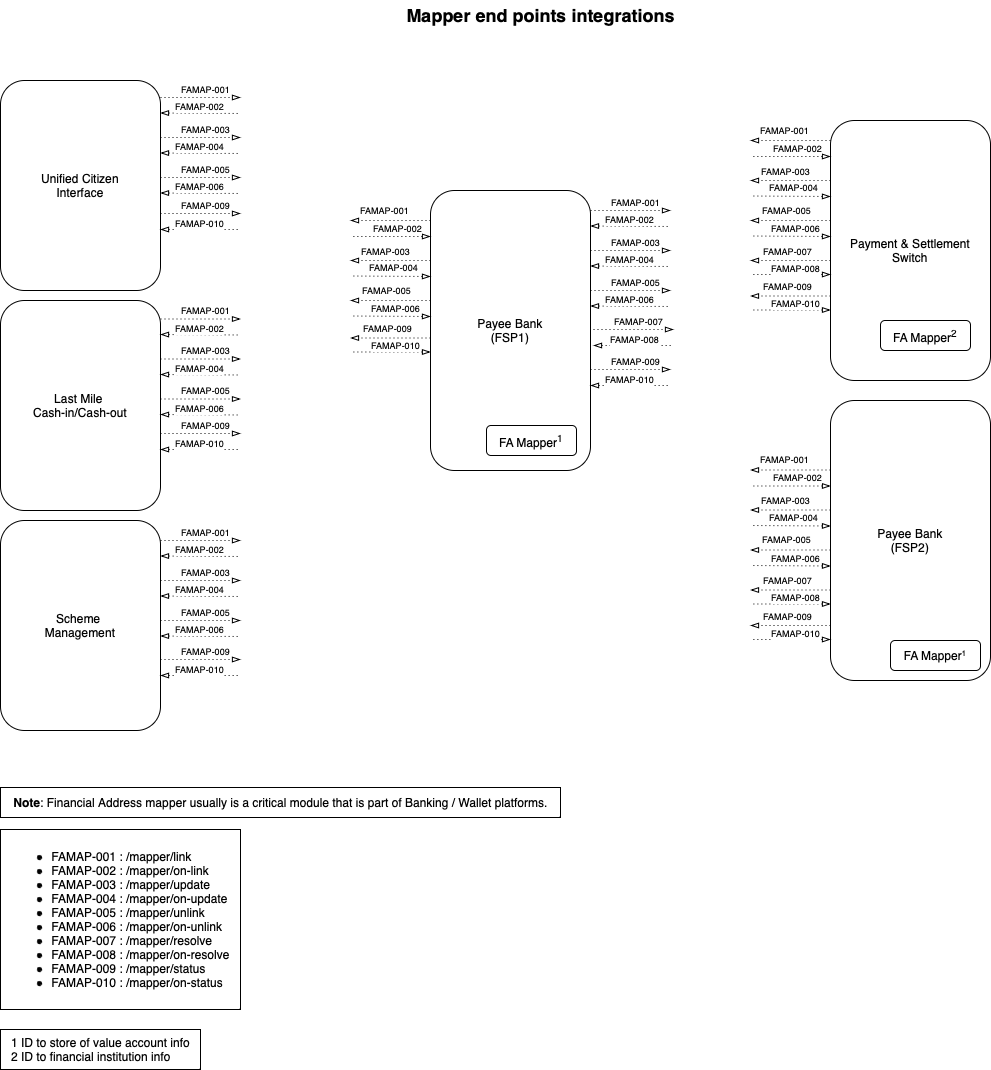
Above: docs/images/draw.io/interface-mapper.drawio.png in G2P-Connect/specs (draw.io), before the change. Source tidied: cells renumbered, new cells last; positions are measured from the earlier drawing's top-left corner, leaving out a move shared by most shapes.
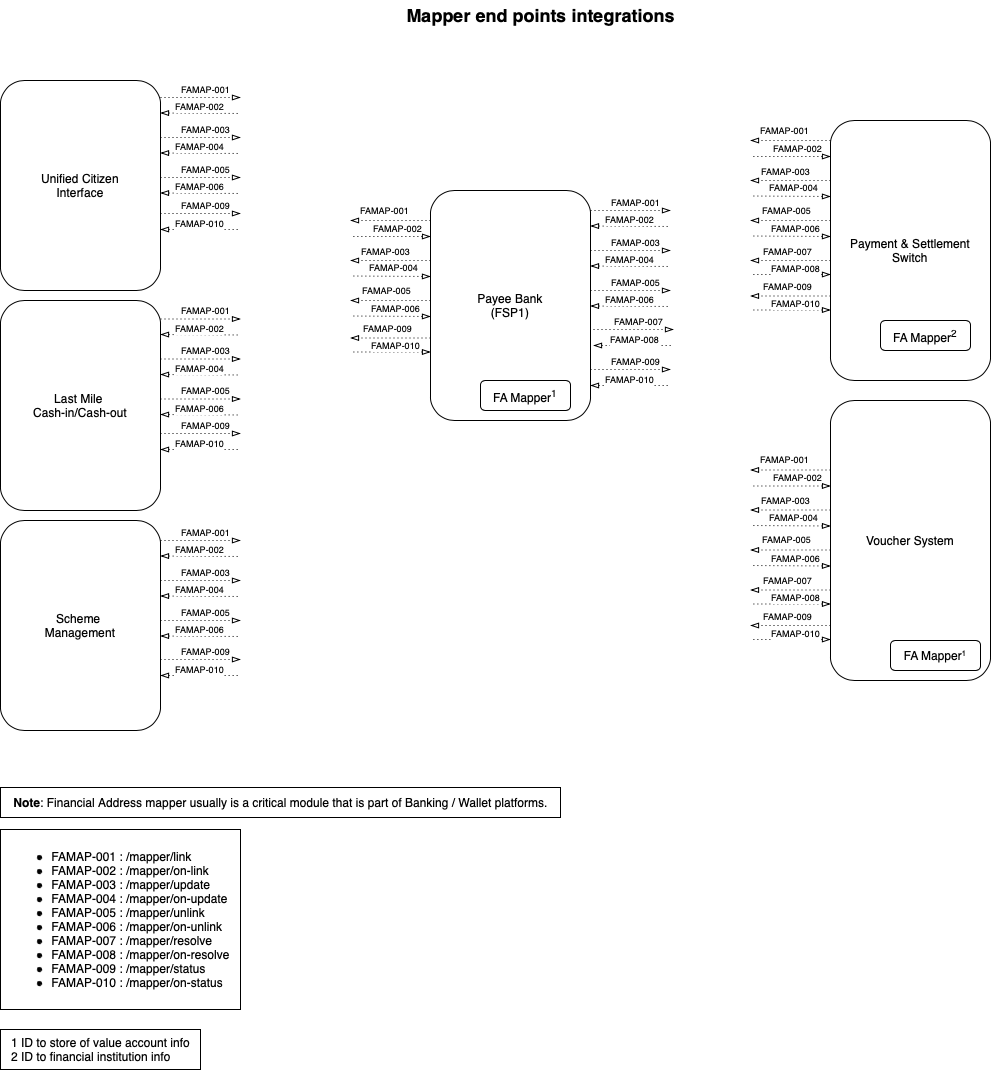
Later version of the same file.

Commit message:
added voucher system

Diff of the diagram source:
```diff
@@ -34,7 +34,7 @@
       <mxGeometry y="80" width="160" height="210" as="geometry" />
     </mxCell>
     <mxCell id="9" value="Payee Bank&lt;br style=&quot;border-color: var(--border-color);&quot;&gt;(FSP1)" style="rounded=1;whiteSpace=wrap;html=1;" parent="1" vertex="1">
-      <mxGeometry x="430" y="190" width="160" height="280" as="geometry" />
+      <mxGeometry x="430" y="190" width="160" height="230" as="geometry" />
     </mxCell>
     <mxCell id="10" value="Payment &amp;amp; Settlement Switch" style="rounded=1;whiteSpace=wrap;html=1;" parent="1" vertex="1">
       <mxGeometry x="830" y="120" width="160" height="260" as="geometry" />
@@ -43,7 +43,7 @@
       <mxGeometry x="395" width="290" height="30" as="geometry" />
     </mxCell>
     <mxCell id="12" value="FA Mapper&lt;sup&gt;1&lt;/sup&gt;" style="rounded=1;whiteSpace=wrap;html=1;" parent="1" vertex="1">
-      <mxGeometry x="486" y="425" width="90" height="30" as="geometry" />
+      <mxGeometry x="480" y="380" width="90" height="30" as="geometry" />
     </mxCell>
     <mxCell id="13" value="FA Mapper&lt;sup&gt;2&lt;/sup&gt;" style="rounded=1;whiteSpace=wrap;html=1;" parent="1" vertex="1">
       <mxGeometry x="880" y="320" width="90" height="30" as="geometry" />
@@ -299,7 +299,7 @@
         <mxPoint x="-18" y="-6" as="offset" />
       </mxGeometry>
     </mxCell>
-    <mxCell id="61" value="Payee Bank&lt;br style=&quot;border-color: var(--border-color);&quot;&gt;(FSP2)" style="rounded=1;whiteSpace=wrap;html=1;" parent="1" vertex="1">
+    <mxCell id="61" value="Voucher System" style="rounded=1;whiteSpace=wrap;html=1;" parent="1" vertex="1">
       <mxGeometry x="830" y="400" width="160" height="280" as="geometry" />
     </mxCell>
     <mxCell id="62" style="endArrow=blockThin;dashed=1;html=1;dashPattern=1 3;strokeWidth=1;rounded=0;endFill=0;" parent="1" edge="1">
```
